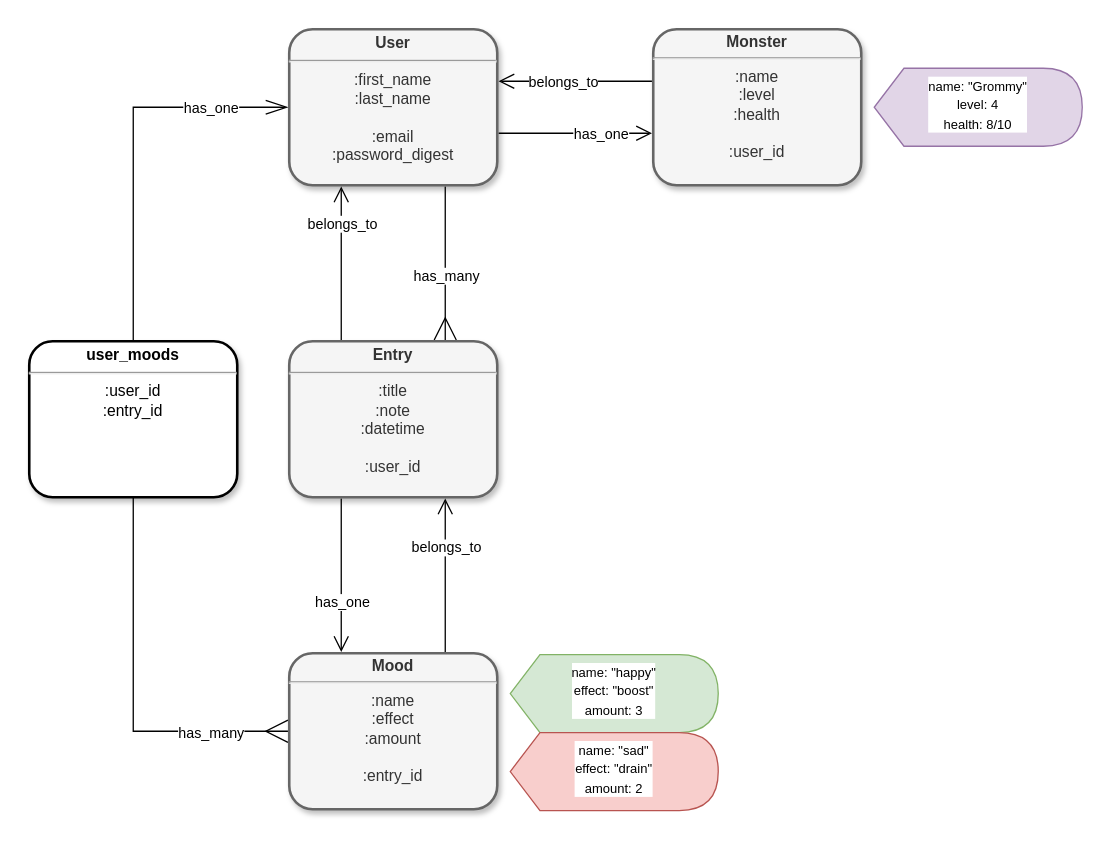
Above: uml/moody-mon.drawio in codymerritt347/moody-mon (draw.io), before the change. Source tidied: cells renumbered, new cells numbered last; positions are measured from the earlier drawing's top-left corner, leaving out a move shared by most shapes. Both pictures are drawn from the tidied source at 130%, with x=0, y=0 at pixel (29, 29).
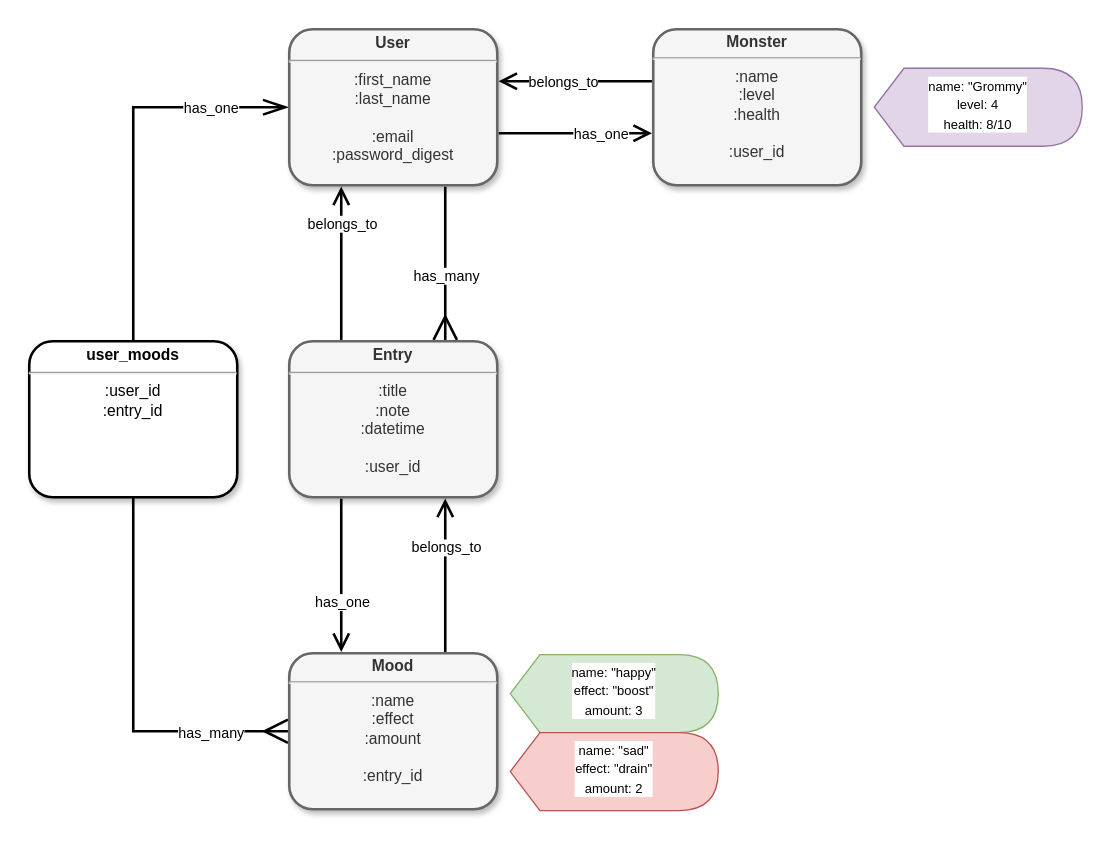
After the change.

Commit message (it also covers changes not shown here):
Edit UML diagram copy

Unchanged cells that the change refers to:
```xml
<mxCell id="9" value="&lt;p style=&quot;margin: 4px 0px 0px; font-size: 12px;&quot;&gt;&lt;b style=&quot;font-size: 12px;&quot;&gt;User&lt;/b&gt;&lt;/p&gt;&lt;hr style=&quot;font-size: 12px;&quot;&gt;:first_name&lt;br style=&quot;font-size: 12px;&quot;&gt;:last_name&lt;br style=&quot;font-size: 12px;&quot;&gt;&lt;br style=&quot;font-size: 12px;&quot;&gt;:email&lt;br style=&quot;font-size: 12px;&quot;&gt;:password_digest&lt;br style=&quot;font-size: 12px;&quot;&gt;&lt;p style=&quot;font-size: 12px;&quot;&gt;&lt;/p&gt;" style="verticalAlign=middle;align=center;overflow=fill;fontSize=12;fontFamily=Helvetica;html=1;perimeterSpacing=1;rounded=1;glass=0;shadow=1;sketch=0;strokeWidth=2;fillColor=#f5f5f5;strokeColor=#666666;fontColor=#333333;" parent="1" vertex="1">
  <mxGeometry x="200" width="160" height="120" as="geometry" />
</mxCell>
<mxCell id="12" value="&lt;p style=&quot;margin: 4px 0px 0px ; line-height: 100% ; font-size: 12px&quot;&gt;&lt;b style=&quot;font-size: 12px&quot;&gt;Monster&lt;/b&gt;&lt;/p&gt;&lt;hr style=&quot;font-size: 12px&quot;&gt;:name&lt;br&gt;:level&lt;br style=&quot;font-size: 12px&quot;&gt;:health&lt;br style=&quot;font-size: 12px&quot;&gt;&lt;br style=&quot;font-size: 12px&quot;&gt;:user_id" style="verticalAlign=middle;align=center;overflow=fill;fontSize=12;fontFamily=Helvetica;html=1;perimeterSpacing=1;rounded=1;glass=0;shadow=1;sketch=0;strokeWidth=2;fillColor=#f5f5f5;strokeColor=#666666;fontColor=#333333;" parent="1" vertex="1">
  <mxGeometry x="480" width="160" height="120" as="geometry" />
</mxCell>
<mxCell id="17" value="&lt;p style=&quot;margin: 4px 0px 0px ; font-size: 12px&quot;&gt;&lt;b style=&quot;font-size: 12px&quot;&gt;Entry&lt;/b&gt;&lt;/p&gt;&lt;hr style=&quot;font-size: 12px&quot;&gt;:title&lt;br style=&quot;font-size: 12px&quot;&gt;:note&lt;br&gt;:datetime&lt;br style=&quot;font-size: 12px&quot;&gt;&lt;br style=&quot;font-size: 12px&quot;&gt;:user_id" style="verticalAlign=middle;align=center;overflow=fill;fontSize=12;fontFamily=Helvetica;html=1;perimeterSpacing=1;rounded=1;glass=0;shadow=1;sketch=0;strokeWidth=2;fillColor=#f5f5f5;strokeColor=#666666;fontColor=#333333;" parent="1" vertex="1">
  <mxGeometry x="200" y="240" width="160" height="120" as="geometry" />
</mxCell>
<mxCell id="20" value="&lt;p style=&quot;margin: 4px 0px 0px; line-height: 100%; font-size: 12px;&quot;&gt;&lt;b style=&quot;font-size: 12px;&quot;&gt;Mood&lt;/b&gt;&lt;/p&gt;&lt;hr style=&quot;font-size: 12px;&quot;&gt;:name&lt;br style=&quot;font-size: 12px;&quot;&gt;:effect&lt;br style=&quot;font-size: 12px;&quot;&gt;:amount&lt;br style=&quot;font-size: 12px;&quot;&gt;&lt;br style=&quot;font-size: 12px;&quot;&gt;:entry_id" style="verticalAlign=middle;align=center;overflow=fill;fontSize=12;fontFamily=Helvetica;html=1;perimeterSpacing=1;rounded=1;glass=0;shadow=1;sketch=0;strokeWidth=2;fillColor=#f5f5f5;strokeColor=#666666;fontColor=#333333;" parent="1" vertex="1">
  <mxGeometry x="200" y="480" width="160" height="120" as="geometry" />
</mxCell>
```

What changed in the source:
```diff
@@
-<mxGraphModel>
+<mxGraphModel background="#ffffff">
@@
-    <mxCell id="2" style="edgeStyle=orthogonalEdgeStyle;rounded=0;jettySize=auto;html=1;endArrow=open;endFill=0;endSize=10;" parent="1" edge="1" source="9" target="12">
+    <mxCell id="2" style="edgeStyle=orthogonalEdgeStyle;rounded=0;jettySize=auto;html=1;endArrow=open;endFill=0;endSize=10;strokeColor=#000000;strokeWidth=2;" parent="1" edge="1" source="9" target="12">
       <mxGeometry relative="1" as="geometry">
         <Array as="points">
           <mxPoint x="430" y="80" />
           <mxPoint x="430" y="80" />
         </Array>
       </mxGeometry>
     </mxCell>
@@
-    <mxCell id="4" style="edgeStyle=orthogonalEdgeStyle;rounded=0;jettySize=auto;html=1;endArrow=ERmany;endFill=0;endSize=15;" parent="1" edge="1" source="9" target="17">
+    <mxCell id="4" style="edgeStyle=orthogonalEdgeStyle;rounded=0;jettySize=auto;html=1;endArrow=ERmany;endFill=0;endSize=15;strokeColor=#000000;strokeWidth=2;" parent="1" edge="1" source="9" target="17">
       <mxGeometry relative="1" as="geometry">
         <Array as="points">
           <mxPoint x="320" y="170" />
           <mxPoint x="320" y="170" />
         </Array>
       </mxGeometry>
     </mxCell>
@@
-    <mxCell id="6" style="rounded=0;jettySize=auto;html=1;startArrow=openThin;startFill=0;startSize=15;endArrow=ERmany;endFill=0;endSize=15;jumpStyle=gap;entryX=0;entryY=0.5;entryDx=0;entryDy=0;edgeStyle=elbowEdgeStyle;targetPerimeterSpacing=0;" parent="1" edge="1" target="20">
+    <mxCell id="6" style="rounded=0;jettySize=auto;html=1;startArrow=openThin;startFill=0;startSize=15;endArrow=ERmany;endFill=0;endSize=15;jumpStyle=gap;entryX=0;entryY=0.5;entryDx=0;entryDy=0;edgeStyle=elbowEdgeStyle;targetPerimeterSpacing=0;strokeColor=#000000;strokeWidth=2;" parent="1" edge="1" target="20">
       <mxGeometry relative="1" as="geometry">
         <mxPoint x="199" y="60" as="sourcePoint" />
         <Array as="points">
           <mxPoint x="80" y="250" />
           <mxPoint x="160" y="270" />
           <mxPoint x="120" y="300" />
         </Array>
       </mxGeometry>
     </mxCell>
@@
-    <mxCell id="10" style="edgeStyle=orthogonalEdgeStyle;rounded=0;jettySize=auto;html=1;endArrow=open;endFill=0;endSize=10;" parent="1" edge="1" source="12" target="9">
+    <mxCell id="10" style="edgeStyle=orthogonalEdgeStyle;rounded=0;jettySize=auto;html=1;endArrow=open;endFill=0;endSize=10;strokeColor=#000000;strokeWidth=2;" parent="1" edge="1" source="12" target="9">
       <mxGeometry relative="1" as="geometry">
         <Array as="points">
           <mxPoint x="440" y="40" />
           <mxPoint x="440" y="40" />
         </Array>
       </mxGeometry>
     </mxCell>
@@
-    <mxCell id="13" style="edgeStyle=orthogonalEdgeStyle;rounded=0;jettySize=auto;html=1;endArrow=open;endFill=0;endSize=10;" parent="1" edge="1" source="17" target="20">
+    <mxCell id="13" style="edgeStyle=orthogonalEdgeStyle;rounded=0;jettySize=auto;html=1;endArrow=open;endFill=0;endSize=10;strokeColor=#000000;strokeWidth=2;" parent="1" edge="1" source="17" target="20">
       <mxGeometry relative="1" as="geometry">
         <Array as="points">
           <mxPoint x="240" y="430" />
           <mxPoint x="240" y="430" />
         </Array>
       </mxGeometry>
     </mxCell>
@@
-    <mxCell id="15" style="edgeStyle=orthogonalEdgeStyle;rounded=0;jettySize=auto;html=1;endArrow=open;endFill=0;endSize=10;" parent="1" edge="1" source="17" target="9">
+    <mxCell id="15" style="edgeStyle=orthogonalEdgeStyle;rounded=0;jettySize=auto;html=1;endArrow=open;endFill=0;endSize=10;strokeColor=#000000;strokeWidth=2;" parent="1" edge="1" source="17" target="9">
       <mxGeometry relative="1" as="geometry">
         <Array as="points">
           <mxPoint x="240" y="190" />
           <mxPoint x="240" y="190" />
         </Array>
       </mxGeometry>
     </mxCell>
@@
-    <mxCell id="18" style="edgeStyle=orthogonalEdgeStyle;rounded=0;jettySize=auto;html=1;endArrow=open;endFill=0;endSize=10;" parent="1" edge="1" source="20" target="17">
+    <mxCell id="18" style="edgeStyle=orthogonalEdgeStyle;rounded=0;jettySize=auto;html=1;endArrow=open;endFill=0;endSize=10;strokeColor=#000000;strokeWidth=2;" parent="1" edge="1" source="20" target="17">
       <mxGeometry relative="1" as="geometry">
         <Array as="points">
           <mxPoint x="320" y="420" />
           <mxPoint x="320" y="420" />
         </Array>
       </mxGeometry>
     </mxCell>
```
